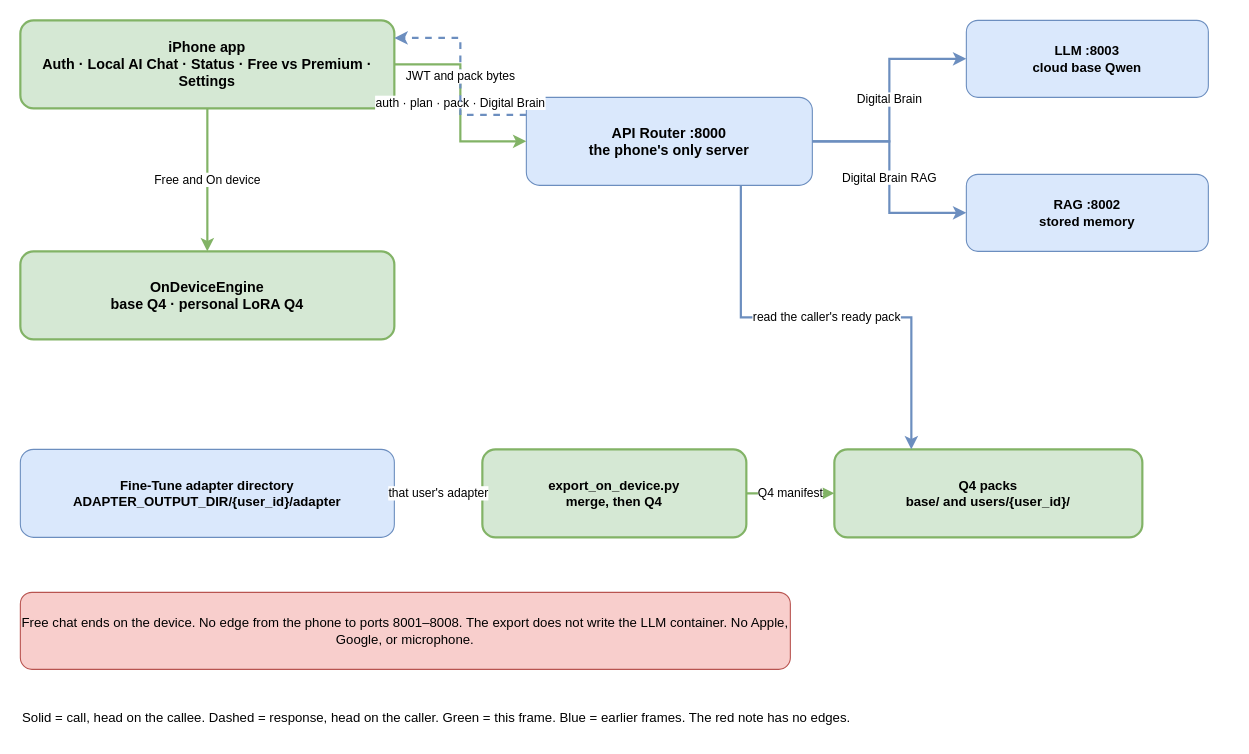
Before: openspec/changes/objective-10-mobile-app/output/diagrams/mobile-architecture.drawio in da-ros/llm-brain, a draw.io diagram. Source tidied: cells renumbered, new cells numbered last; positions are measured from the earlier drawing's top-left corner, leaving out a move shared by most shapes. Both pictures are drawn from the tidied source at 110%, with x=0, y=0 at pixel (20, 20).
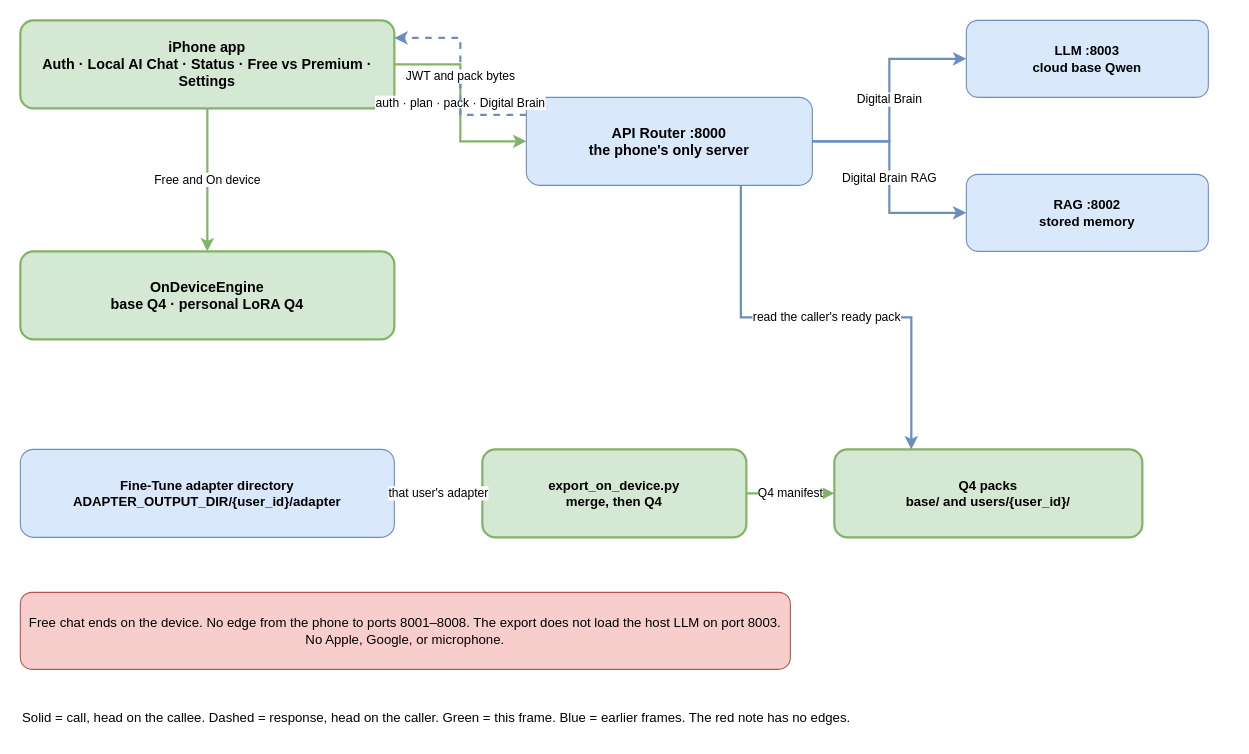
The same page after the edit.

The edit, as a diff of the source:
```diff
@@
 <mxGraphModel>
   <root>
     <mxCell id="0" />
     <mxCell id="1" parent="0" />
     <mxCell id="2" value="iPhone app&#10;Auth · Local AI Chat · Status · Free vs Premium · Settings" style="rounded=1;whiteSpace=wrap;html=1;fillColor=#d5e8d4;strokeColor=#82b366;fontSize=13;fontStyle=1;strokeWidth=2;" parent="1" vertex="1">
       <mxGeometry width="340" height="80" as="geometry" />
     </mxCell>
     <mxCell id="3" value="OnDeviceEngine&#10;base Q4 · personal LoRA Q4" style="rounded=1;whiteSpace=wrap;html=1;fillColor=#d5e8d4;strokeColor=#82b366;fontSize=13;fontStyle=1;strokeWidth=2;" parent="1" vertex="1">
       <mxGeometry y="210" width="340" height="80" as="geometry" />
     </mxCell>
     <mxCell id="4" value="API Router :8000&#10;the phone's only server" style="rounded=1;whiteSpace=wrap;html=1;fillColor=#dae8fc;strokeColor=#6c8ebf;fontSize=13;fontStyle=1;" parent="1" vertex="1">
       <mxGeometry x="460" y="70" width="260" height="80" as="geometry" />
     </mxCell>
     <mxCell id="5" value="LLM :8003&#10;cloud base Qwen" style="rounded=1;whiteSpace=wrap;html=1;fillColor=#dae8fc;strokeColor=#6c8ebf;fontSize=12;fontStyle=1;" parent="1" vertex="1">
       <mxGeometry x="860" width="220" height="70" as="geometry" />
     </mxCell>
     <mxCell id="6" value="RAG :8002&#10;stored memory" style="rounded=1;whiteSpace=wrap;html=1;fillColor=#dae8fc;strokeColor=#6c8ebf;fontSize=12;fontStyle=1;" parent="1" vertex="1">
       <mxGeometry x="860" y="140" width="220" height="70" as="geometry" />
     </mxCell>
     <mxCell id="7" value="Fine-Tune adapter directory&#10;ADAPTER_OUTPUT_DIR/{user_id}/adapter" style="rounded=1;whiteSpace=wrap;html=1;fillColor=#dae8fc;strokeColor=#6c8ebf;fontSize=12;fontStyle=1;" parent="1" vertex="1">
       <mxGeometry y="390" width="340" height="80" as="geometry" />
     </mxCell>
     <mxCell id="8" value="export_on_device.py&#10;merge, then Q4" style="rounded=1;whiteSpace=wrap;html=1;fillColor=#d5e8d4;strokeColor=#82b366;fontSize=12;fontStyle=1;strokeWidth=2;" parent="1" vertex="1">
       <mxGeometry x="420" y="390" width="240" height="80" as="geometry" />
     </mxCell>
     <mxCell id="9" value="Q4 packs&#10;base/ and users/{user_id}/" style="rounded=1;whiteSpace=wrap;html=1;fillColor=#d5e8d4;strokeColor=#82b366;fontSize=12;fontStyle=1;strokeWidth=2;" parent="1" vertex="1">
       <mxGeometry x="740" y="390" width="280" height="80" as="geometry" />
     </mxCell>
-    <mxCell id="10" value="Free chat ends on the device. No edge from the phone to ports 8001–8008. The export does not write the LLM container. No Apple, Google, or microphone." style="rounded=1;whiteSpace=wrap;html=1;fillColor=#f8cecc;strokeColor=#b85450;fontSize=12;" parent="1" vertex="1">
+    <mxCell id="10" value="Free chat ends on the device. No edge from the phone to ports 8001–8008. The export does not load the host LLM on port 8003. No Apple, Google, or microphone." style="rounded=1;whiteSpace=wrap;html=1;fillColor=#f8cecc;strokeColor=#b85450;fontSize=12;" parent="1" vertex="1">
       <mxGeometry y="520" width="700" height="70" as="geometry" />
     </mxCell>
     <mxCell id="11" value="Solid = call, head on the callee. Dashed = response, head on the caller. Green = this frame. Blue = earlier frames. The red note has no edges." style="text;html=1;align=left;strokeColor=none;fillColor=none;fontSize=12;" parent="1" vertex="1">
       <mxGeometry y="620" width="1100" height="30" as="geometry" />
     </mxCell>
     <mxCell id="12" value="Free and On device" style="edgeStyle=orthogonalEdgeStyle;rounded=0;html=1;strokeWidth=2;endArrow=classic;startArrow=none;strokeColor=#82b366;" parent="1" edge="1" source="2" target="3">
       <mxGeometry relative="1" as="geometry" />
     </mxCell>
     <mxCell id="13" value="auth · plan · pack · Digital Brain" style="edgeStyle=orthogonalEdgeStyle;rounded=0;html=1;strokeWidth=2;endArrow=classic;startArrow=none;strokeColor=#82b366;exitX=1;exitY=0.5;entryX=0;entryY=0.5;" parent="1" edge="1" source="2" target="4">
       <mxGeometry relative="1" as="geometry" />
     </mxCell>
     <mxCell id="14" value="JWT and pack bytes" style="edgeStyle=orthogonalEdgeStyle;rounded=0;html=1;strokeWidth=2;dashed=1;endArrow=classic;startArrow=none;strokeColor=#6c8ebf;exitX=0;exitY=0.2;entryX=1;entryY=0.2;" parent="1" edge="1" source="4" target="2">
       <mxGeometry relative="1" as="geometry" />
     </mxCell>
     <mxCell id="15" value="Digital Brain" style="edgeStyle=orthogonalEdgeStyle;rounded=0;html=1;strokeWidth=2;endArrow=classic;startArrow=none;strokeColor=#6c8ebf;" parent="1" edge="1" source="4" target="5">
       <mxGeometry relative="1" as="geometry" />
     </mxCell>
     <mxCell id="16" value="Digital Brain RAG" style="edgeStyle=orthogonalEdgeStyle;rounded=0;html=1;strokeWidth=2;endArrow=classic;startArrow=none;strokeColor=#6c8ebf;" parent="1" edge="1" source="4" target="6">
       <mxGeometry relative="1" as="geometry" />
     </mxCell>
     <mxCell id="17" value="that user's adapter" style="edgeStyle=orthogonalEdgeStyle;rounded=0;html=1;strokeWidth=2;endArrow=classic;startArrow=none;strokeColor=#6c8ebf;" parent="1" edge="1" source="7" target="8">
       <mxGeometry relative="1" as="geometry" />
     </mxCell>
     <mxCell id="18" value="Q4 manifest" style="edgeStyle=orthogonalEdgeStyle;rounded=0;html=1;strokeWidth=2;endArrow=classic;startArrow=none;strokeColor=#82b366;" parent="1" edge="1" source="8" target="9">
       <mxGeometry relative="1" as="geometry" />
     </mxCell>
     <mxCell id="19" value="read the caller's ready pack" style="edgeStyle=orthogonalEdgeStyle;rounded=0;html=1;strokeWidth=2;endArrow=classic;startArrow=none;strokeColor=#6c8ebf;exitX=0.75;exitY=1;entryX=0.25;entryY=0;" parent="1" edge="1" source="4" target="9">
       <mxGeometry relative="1" as="geometry" />
     </mxCell>
   </root>
 </mxGraphModel>
```
